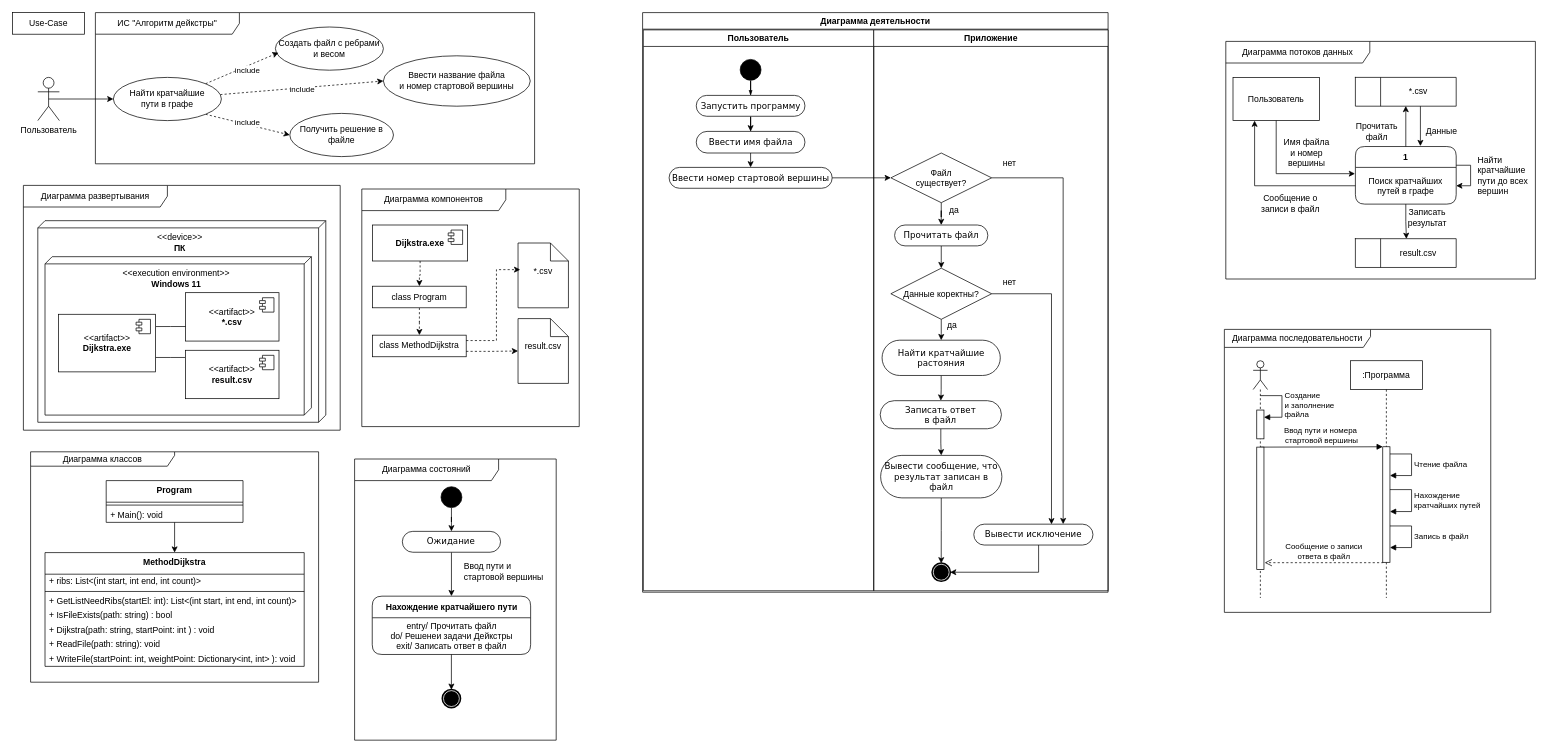
This is UmlDijkstra.drawio from OtterUnderwater/ExamMathUmlTrace, a draw.io file, before an edit. Source tidied: cells renumbered, new cells numbered last; positions are measured from the earlier drawing's top-left corner, leaving out a move shared by most shapes. Both pictures are drawn from the tidied source at 72%, with x=0, y=0 at pixel (12, 12).
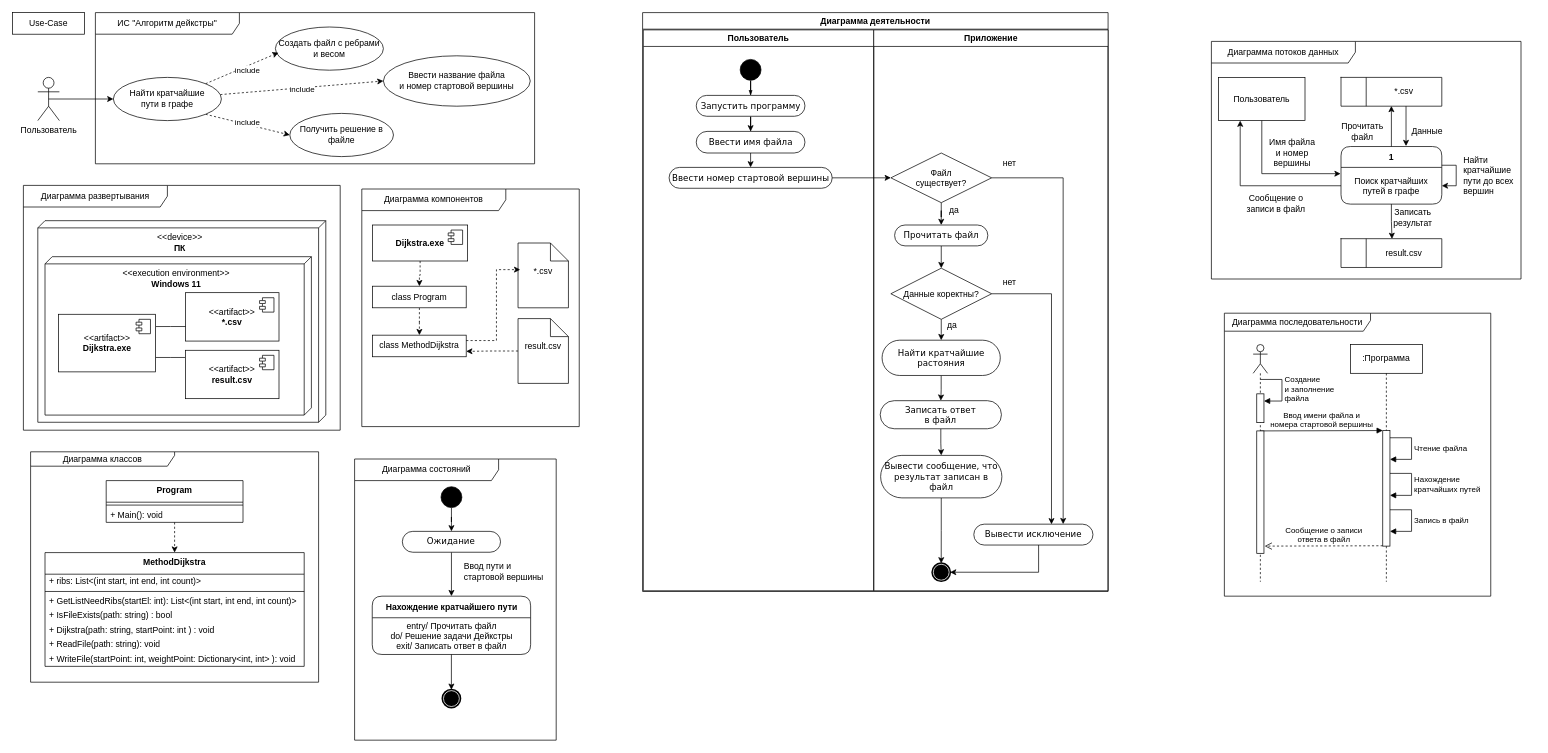
The same page after the edit.

Unchanged cells that the change refers to:
```xml
<mxCell id="2" value="Диаграмма компонентов" style="shape=umlFrame;whiteSpace=wrap;html=1;width=200;height=30;" parent="1" vertex="1">
  <mxGeometry x="485" y="245" width="302" height="330" as="geometry" />
</mxCell>
<mxCell id="4" value="result.csv" style="shape=note2;boundedLbl=1;whiteSpace=wrap;html=1;size=25;verticalAlign=top;align=center;" parent="2" vertex="1">
  <mxGeometry x="217" y="180" width="70" height="90" as="geometry" />
</mxCell>
<mxCell id="10" value="&lt;span style=&quot;font-weight: normal;&quot;&gt;class&amp;nbsp;MethodDijkstra&lt;/span&gt;" style="fontStyle=1;whiteSpace=wrap;html=1;" parent="2" vertex="1">
  <mxGeometry x="15" y="203" width="130" height="30" as="geometry" />
</mxCell>
<mxCell id="71" value="&lt;div&gt;&lt;b&gt;MethodDijkstra&lt;/b&gt;&lt;br&gt;&lt;/div&gt;" style="swimlane;fontStyle=0;align=center;verticalAlign=top;horizontal=1;startSize=30;html=1;whiteSpace=wrap;" parent="1" vertex="1">
  <mxGeometry x="45" y="750" width="360" height="158" as="geometry" />
</mxCell>
<mxCell id="80" value="&lt;div&gt;&lt;b&gt;Program&lt;/b&gt;&lt;br&gt;&lt;/div&gt;" style="swimlane;fontStyle=0;align=center;verticalAlign=top;horizontal=1;startSize=30;html=1;whiteSpace=wrap;" parent="1" vertex="1">
  <mxGeometry x="130" y="650" width="190" height="58" as="geometry" />
</mxCell>
<mxCell id="115" value="Нахождение кратчайшего пути" style="swimlane;fontStyle=1;align=center;verticalAlign=middle;horizontal=1;startSize=30;html=1;whiteSpace=wrap;strokeColor=default;rounded=1;" parent="1" vertex="1">
  <mxGeometry x="499.5" y="810.5" width="220" height="81" as="geometry" />
</mxCell>
<mxCell id="120" style="html=1;points=[];perimeter=orthogonalPerimeter;outlineConnect=0;targetShapes=umlLifeline;portConstraint=eastwest;newEdgeStyle={&quot;edgeStyle&quot;:&quot;elbowEdgeStyle&quot;,&quot;elbow&quot;:&quot;vertical&quot;,&quot;curved&quot;:0,&quot;rounded&quot;:0};" parent="118" vertex="1">
  <mxGeometry x="45" y="119.5" width="10" height="160.5" as="geometry" />
</mxCell>
```

Diff of the diagram source:
```diff
@@
+    <mxCell id="130" style="edgeStyle=orthogonalEdgeStyle;rounded=0;jettySize=auto;html=1;exitX=0;exitY=0.5;exitDx=0;exitDy=0;exitPerimeter=0;entryX=1;entryY=0.75;entryDx=0;entryDy=0;dashed=1;" parent="2" edge="1" source="4" target="10">
+      <mxGeometry relative="1" as="geometry" />
+    </mxCell>
@@
-    <mxCell id="12" style="edgeStyle=orthogonalEdgeStyle;rounded=0;jettySize=auto;html=1;exitX=1;exitY=0.75;exitDx=0;exitDy=0;entryX=0;entryY=0.5;entryDx=0;entryDy=0;entryPerimeter=0;dashed=1;" parent="2" edge="1" source="10" target="4">
-      <mxGeometry relative="1" as="geometry" />
-    </mxCell>
@@
     <mxCell id="25" value="Диаграмма деятельности" style="swimlane;whiteSpace=wrap;html=1;" parent="1" vertex="1">
-      <mxGeometry x="875" width="646.5" height="805" as="geometry" />
+      <mxGeometry x="875" width="646.5" height="804" as="geometry" />
     </mxCell>
@@
-    <mxCell id="79" style="edgeStyle=orthogonalEdgeStyle;rounded=0;jettySize=auto;html=1;entryX=0.5;entryY=0;entryDx=0;entryDy=0;" parent="1" edge="1" source="80" target="71">
+    <mxCell id="79" style="edgeStyle=orthogonalEdgeStyle;rounded=0;jettySize=auto;html=1;entryX=0.5;entryY=0;entryDx=0;entryDy=0;dashed=1;" parent="1" edge="1" source="80" target="71">
       <mxGeometry relative="1" as="geometry" />
     </mxCell>
@@
     <mxCell id="83" value="Записать результат" style="text;html=1;align=center;verticalAlign=middle;whiteSpace=wrap;rounded=0;" parent="1" vertex="1">
-      <mxGeometry x="1935" y="270" width="60" height="30" as="geometry" />
+      <mxGeometry x="1915" y="270" width="60" height="30" as="geometry" />
     </mxCell>
     <mxCell id="84" value="Диаграмма потоков данных" style="shape=umlFrame;whiteSpace=wrap;html=1;width=200;height=30;" parent="1" vertex="1">
-      <mxGeometry x="1685" y="40" width="430" height="330" as="geometry" />
+      <mxGeometry x="1665" y="40" width="430" height="330" as="geometry" />
     </mxCell>
@@
     <mxCell id="86" value="Пользователь" style="rounded=0;whiteSpace=wrap;html=1;" parent="1" vertex="1">
-      <mxGeometry x="1695" y="90" width="120" height="60" as="geometry" />
+      <mxGeometry x="1675" y="90" width="120" height="60" as="geometry" />
     </mxCell>
     <mxCell id="87" style="shape=table;startSize=0;childLayout=tableLayout;" parent="1" vertex="1">
-      <mxGeometry x="1865" y="90" width="140" height="40" as="geometry" />
+      <mxGeometry x="1845" y="90" width="140" height="40" as="geometry" />
     </mxCell>
@@
     <mxCell id="91" style="shape=table;startSize=0;childLayout=tableLayout;" parent="1" vertex="1">
-      <mxGeometry x="1865" y="314" width="140" height="40" as="geometry" />
+      <mxGeometry x="1845" y="314" width="140" height="40" as="geometry" />
     </mxCell>
@@
     <mxCell id="95" value="1" style="swimlane;fontStyle=1;align=center;verticalAlign=middle;horizontal=1;startSize=29;html=1;whiteSpace=wrap;strokeColor=default;rounded=1;" parent="1" vertex="1">
-      <mxGeometry x="1865" y="186" width="140" height="80" as="geometry" />
+      <mxGeometry x="1845" y="186" width="140" height="80" as="geometry" />
     </mxCell>
@@
     <mxCell id="98" value="Прочитать файл" style="text;html=1;align=center;verticalAlign=middle;whiteSpace=wrap;rounded=0;" parent="1" vertex="1">
-      <mxGeometry x="1865" y="150" width="60" height="30" as="geometry" />
+      <mxGeometry x="1845" y="150" width="60" height="30" as="geometry" />
     </mxCell>
     <mxCell id="99" style="edgeStyle=orthogonalEdgeStyle;rounded=0;jettySize=auto;html=1;entryX=0.645;entryY=-0.008;entryDx=0;entryDy=0;entryPerimeter=0;" parent="1" edge="1" source="87" target="95">
       <mxGeometry relative="1" as="geometry">
         <Array as="points">
-          <mxPoint x="1955" y="163" />
+          <mxPoint x="1935" y="163" />
         </Array>
       </mxGeometry>
     </mxCell>
     <mxCell id="100" value="Данные" style="text;html=1;align=center;verticalAlign=middle;whiteSpace=wrap;rounded=0;" parent="1" vertex="1">
-      <mxGeometry x="1955" y="150" width="60" height="30" as="geometry" />
+      <mxGeometry x="1935" y="150" width="60" height="30" as="geometry" />
     </mxCell>
@@
     <mxCell id="103" value="Сообщение о записи в файл" style="text;html=1;align=center;verticalAlign=middle;whiteSpace=wrap;rounded=0;" parent="1" vertex="1">
-      <mxGeometry x="1720" y="250" width="110" height="30" as="geometry" />
+      <mxGeometry x="1700" y="250" width="110" height="30" as="geometry" />
     </mxCell>
     <mxCell id="104" value="Имя файла&lt;div&gt;и номер вершины&lt;/div&gt;" style="text;html=1;align=center;verticalAlign=middle;whiteSpace=wrap;rounded=0;" parent="1" vertex="1">
-      <mxGeometry x="1750" y="180" width="95" height="30" as="geometry" />
+      <mxGeometry x="1730" y="180" width="95" height="30" as="geometry" />
     </mxCell>
@@
     <mxCell id="107" value="&lt;div style=&quot;text-align: left;&quot;&gt;&lt;span style=&quot;background-color: initial;&quot;&gt;Найти&lt;/span&gt;&lt;/div&gt;&lt;div&gt;&lt;div style=&quot;text-align: left;&quot;&gt;&lt;span style=&quot;background-color: initial;&quot;&gt;к&lt;/span&gt;&lt;span style=&quot;background-color: initial;&quot;&gt;ратчайшие&lt;/span&gt;&lt;/div&gt;&lt;div style=&quot;text-align: left;&quot;&gt;&lt;span style=&quot;background-color: initial;&quot;&gt;пути до всех&lt;/span&gt;&lt;/div&gt;&lt;div style=&quot;text-align: left;&quot;&gt;&lt;span style=&quot;background-color: initial;&quot;&gt;вершин&lt;/span&gt;&lt;/div&gt;&lt;/div&gt;" style="text;html=1;align=center;verticalAlign=middle;whiteSpace=wrap;rounded=0;" parent="1" vertex="1">
-      <mxGeometry x="2025" y="191.5" width="90" height="69" as="geometry" />
+      <mxGeometry x="2005" y="191.5" width="90" height="69" as="geometry" />
     </mxCell>
@@
-    <mxCell id="116" value="entry/ Прочитать файл&lt;div&gt;do/ Решенеи задачи Дейкстры&lt;div&gt;exit/ Записать ответ в файл&lt;/div&gt;&lt;/div&gt;" style="text;html=1;strokeColor=none;fillColor=none;align=center;verticalAlign=middle;spacingLeft=4;spacingRight=4;overflow=hidden;whiteSpace=wrap;" parent="115" vertex="1">
+    <mxCell id="116" value="entry/ Прочитать файл&lt;div&gt;do/ Решение задачи Дейкстры&lt;div&gt;exit/ Записать ответ в файл&lt;/div&gt;&lt;/div&gt;" style="text;html=1;strokeColor=none;fillColor=none;align=center;verticalAlign=middle;spacingLeft=4;spacingRight=4;overflow=hidden;whiteSpace=wrap;" parent="115" vertex="1">
       <mxGeometry y="30" width="220" height="51" as="geometry" />
     </mxCell>
@@
     <mxCell id="118" value=":Программа" style="shape=umlLifeline;perimeter=lifelinePerimeter;whiteSpace=wrap;html=1;newEdgeStyle={&quot;edgeStyle&quot;:&quot;elbowEdgeStyle&quot;,&quot;elbow&quot;:&quot;vertical&quot;,&quot;curved&quot;:0,&quot;rounded&quot;:0};" parent="1" vertex="1">
-      <mxGeometry x="1858" y="483.5" width="100" height="329.5" as="geometry" />
+      <mxGeometry x="1858" y="461" width="100" height="329.5" as="geometry" />
     </mxCell>
-    <mxCell id="119" value="Ввод пути и номера&amp;nbsp;&lt;div&gt;стартовой вершины&lt;/div&gt;" style="html=1;verticalAlign=bottom;endArrow=block;edgeStyle=elbowEdgeStyle;elbow=vertical;curved=0;rounded=0;" parent="118" edge="1" target="120">
+    <mxCell id="119" value="Ввод имени файла и&lt;div&gt;номера стартовой вершины&lt;/div&gt;" style="html=1;verticalAlign=bottom;endArrow=block;edgeStyle=elbowEdgeStyle;elbow=vertical;curved=0;rounded=0;" parent="118" edge="1" target="120">
       <mxGeometry relative="1" as="geometry">
         <mxPoint x="-125" y="120" as="sourcePoint" />
         <Array as="points">
           <mxPoint x="-40" y="119.5" />
         </Array>
       </mxGeometry>
     </mxCell>
@@
     <mxCell id="121" style="shape=umlLifeline;perimeter=lifelinePerimeter;whiteSpace=wrap;html=1;newEdgeStyle={&quot;curved&quot;:0,&quot;rounded&quot;:0};participant=umlActor;" parent="1" vertex="1">
-      <mxGeometry x="1723" y="483.5" width="20" height="329.5" as="geometry" />
+      <mxGeometry x="1723" y="461" width="20" height="329.5" as="geometry" />
     </mxCell>
@@
     <mxCell id="123" value="Сообщение о записи&lt;div&gt;ответа в файл&lt;/div&gt;" style="html=1;verticalAlign=bottom;endArrow=open;dashed=1;endSize=8;edgeStyle=elbowEdgeStyle;elbow=vertical;curved=0;rounded=0;" parent="1" edge="1">
       <mxGeometry relative="1" as="geometry">
-        <mxPoint x="1903" y="763" as="sourcePoint" />
-        <mxPoint x="1739" y="764" as="targetPoint" />
+        <mxPoint x="1903" y="740.5" as="sourcePoint" />
+        <mxPoint x="1739" y="741.5" as="targetPoint" />
       </mxGeometry>
     </mxCell>
     <mxCell id="124" value="Чтение файла" style="html=1;align=left;spacingLeft=2;endArrow=block;rounded=0;edgeStyle=orthogonalEdgeStyle;curved=0;rounded=0;" parent="1" edge="1" target="120">
       <mxGeometry relative="1" as="geometry">
-        <mxPoint x="1913" y="613" as="sourcePoint" />
+        <mxPoint x="1913" y="590.5" as="sourcePoint" />
         <Array as="points">
-          <mxPoint x="1943" y="613" />
-          <mxPoint x="1943" y="643" />
+          <mxPoint x="1943" y="590.5" />
+          <mxPoint x="1943" y="620.5" />
         </Array>
       </mxGeometry>
     </mxCell>
     <mxCell id="125" style="html=1;points=[[0,0,0,0,5],[0,1,0,0,-5],[1,0,0,0,5],[1,1,0,0,-5]];perimeter=orthogonalPerimeter;outlineConnect=0;targetShapes=umlLifeline;portConstraint=eastwest;newEdgeStyle={&quot;curved&quot;:0,&quot;rounded&quot;:0};" parent="1" vertex="1">
-      <mxGeometry x="1728" y="552" width="10" height="40" as="geometry" />
+      <mxGeometry x="1728" y="529.5" width="10" height="40" as="geometry" />
     </mxCell>
     <mxCell id="126" value="Создание&lt;div&gt;и заполнение&lt;/div&gt;&lt;div&gt;файла&lt;/div&gt;" style="html=1;align=left;spacingLeft=2;endArrow=block;rounded=0;edgeStyle=orthogonalEdgeStyle;curved=0;rounded=0;" parent="1" edge="1" target="125">
       <mxGeometry relative="1" as="geometry">
-        <mxPoint x="1733" y="532" as="sourcePoint" />
+        <mxPoint x="1733" y="509.5" as="sourcePoint" />
         <Array as="points">
-          <mxPoint x="1763" y="562" />
+          <mxPoint x="1763" y="539.5" />
         </Array>
       </mxGeometry>
     </mxCell>
     <mxCell id="127" value="Нахождение&lt;div&gt;кратчайших путей&lt;/div&gt;" style="html=1;align=left;spacingLeft=2;endArrow=block;rounded=0;edgeStyle=orthogonalEdgeStyle;curved=0;rounded=0;" parent="1" edge="1" target="120">
       <mxGeometry relative="1" as="geometry">
-        <mxPoint x="1913" y="662.5" as="sourcePoint" />
+        <mxPoint x="1913" y="640" as="sourcePoint" />
         <Array as="points">
-          <mxPoint x="1943" y="663" />
-          <mxPoint x="1943" y="693" />
+          <mxPoint x="1943" y="640.5" />
+          <mxPoint x="1943" y="670.5" />
         </Array>
       </mxGeometry>
     </mxCell>
     <mxCell id="128" value="Запись в файл" style="html=1;align=left;spacingLeft=2;endArrow=block;rounded=0;edgeStyle=orthogonalEdgeStyle;curved=0;rounded=0;" parent="1" edge="1" target="120">
       <mxGeometry relative="1" as="geometry">
-        <mxPoint x="1913" y="713" as="sourcePoint" />
+        <mxPoint x="1913" y="690.5" as="sourcePoint" />
         <Array as="points">
-          <mxPoint x="1943" y="713" />
-          <mxPoint x="1943" y="743" />
+          <mxPoint x="1943" y="690.5" />
+          <mxPoint x="1943" y="720.5" />
         </Array>
       </mxGeometry>
     </mxCell>
     <mxCell id="129" value="Диаграмма последовательности" style="shape=umlFrame;whiteSpace=wrap;html=1;width=203;height=25;" parent="1" vertex="1">
-      <mxGeometry x="1683" y="440" width="370" height="393" as="geometry" />
+      <mxGeometry x="1683" y="417.5" width="370" height="393" as="geometry" />
     </mxCell>
```
